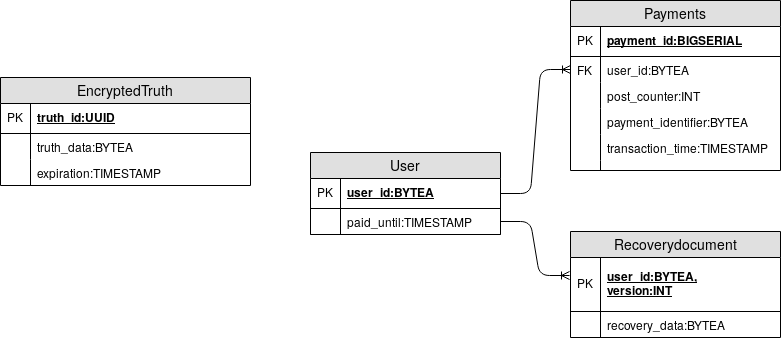
This is anastasis-db.png from prototypefund/Digital_Bargeld-docs, a draw.io export, as it was before one commit. Source tidied: cells renumbered, new cells last; positions are measured from the earlier drawing's top-left corner, leaving out a move shared by most shapes.
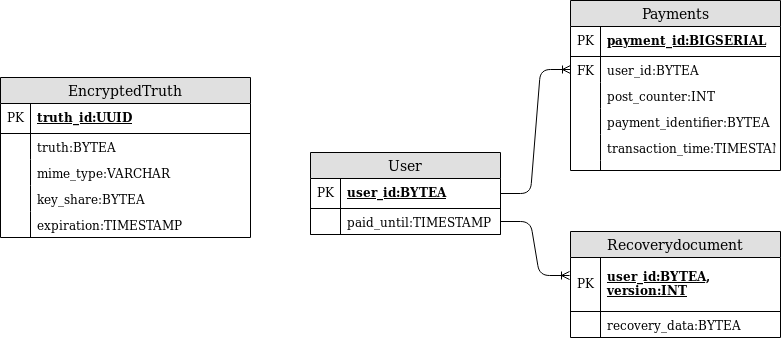
After the change.

Change to the diagram source:
```diff
@@ -18,7 +18,7 @@
       <mxGeometry width="30" height="26" as="geometry" />
     </mxCell>
     <mxCell id="7" value="EncryptedTruth" style="swimlane;fontStyle=0;horizontal=1;startSize=26;fillColor=#e0e0e0;swimlaneFillColor=#ffffff;align=center;fontSize=14;" parent="1" vertex="1">
-      <mxGeometry y="77" width="250" height="108" as="geometry" />
+      <mxGeometry y="77" width="250" height="160" as="geometry" />
     </mxCell>
     <mxCell id="8" value="truth_id:UUID" style="shape=partialRectangle;top=0;left=0;right=0;bottom=1;align=left;verticalAlign=middle;fillColor=none;spacingLeft=34;spacingRight=4;overflow=hidden;fontStyle=5;fontSize=12;" parent="7" vertex="1">
       <mxGeometry y="26" width="250" height="30" as="geometry" />
@@ -26,14 +26,26 @@
     <mxCell id="9" value="PK" style="shape=partialRectangle;top=0;left=0;bottom=0;fillColor=none;align=left;verticalAlign=middle;spacingLeft=4;spacingRight=4;overflow=hidden;fontSize=12;" parent="8" vertex="1">
       <mxGeometry width="30" height="30" as="geometry" />
     </mxCell>
-    <mxCell id="10" value="truth_data:BYTEA" style="shape=partialRectangle;top=0;left=0;right=0;bottom=0;align=left;verticalAlign=top;fillColor=none;spacingLeft=34;spacingRight=4;overflow=hidden;fontSize=12;" parent="7" vertex="1">
+    <mxCell id="10" value="truth:BYTEA" style="shape=partialRectangle;top=0;left=0;right=0;bottom=0;align=left;verticalAlign=top;fillColor=none;spacingLeft=34;spacingRight=4;overflow=hidden;fontSize=12;" parent="7" vertex="1">
       <mxGeometry y="56" width="250" height="26" as="geometry" />
     </mxCell>
     <mxCell id="11" style="shape=partialRectangle;top=0;left=0;bottom=0;fillColor=none;align=left;verticalAlign=top;spacingLeft=4;spacingRight=4;overflow=hidden;fontSize=12;" parent="10" vertex="1">
       <mxGeometry width="30" height="26" as="geometry" />
     </mxCell>
+    <mxCell id="34" value="mime_type:VARCHAR" style="shape=partialRectangle;top=0;left=0;right=0;bottom=0;align=left;verticalAlign=top;fillColor=none;spacingLeft=34;spacingRight=4;overflow=hidden;fontSize=12;" parent="7" vertex="1">
+      <mxGeometry y="82" width="250" height="26" as="geometry" />
+    </mxCell>
+    <mxCell id="35" style="shape=partialRectangle;top=0;left=0;bottom=0;fillColor=none;align=left;verticalAlign=top;spacingLeft=4;spacingRight=4;overflow=hidden;fontSize=12;" parent="34" vertex="1">
+      <mxGeometry width="30" height="26" as="geometry" />
+    </mxCell>
+    <mxCell id="36" value="key_share:BYTEA" style="shape=partialRectangle;top=0;left=0;right=0;bottom=0;align=left;verticalAlign=top;fillColor=none;spacingLeft=34;spacingRight=4;overflow=hidden;fontSize=12;" parent="7" vertex="1">
+      <mxGeometry y="108" width="250" height="26" as="geometry" />
+    </mxCell>
+    <mxCell id="37" style="shape=partialRectangle;top=0;left=0;bottom=0;fillColor=none;align=left;verticalAlign=top;spacingLeft=4;spacingRight=4;overflow=hidden;fontSize=12;" parent="36" vertex="1">
+      <mxGeometry width="30" height="26" as="geometry" />
+    </mxCell>
     <mxCell id="12" value="expiration:TIMESTAMP" style="shape=partialRectangle;top=0;left=0;right=0;bottom=0;align=left;verticalAlign=top;fillColor=none;spacingLeft=34;spacingRight=4;overflow=hidden;fontSize=12;" parent="7" vertex="1">
-      <mxGeometry y="82" width="250" height="26" as="geometry" />
+      <mxGeometry y="134" width="250" height="26" as="geometry" />
     </mxCell>
     <mxCell id="13" style="shape=partialRectangle;top=0;left=0;bottom=0;fillColor=none;align=left;verticalAlign=top;spacingLeft=4;spacingRight=4;overflow=hidden;fontSize=12;" parent="12" vertex="1">
       <mxGeometry width="30" height="26" as="geometry" />
```
